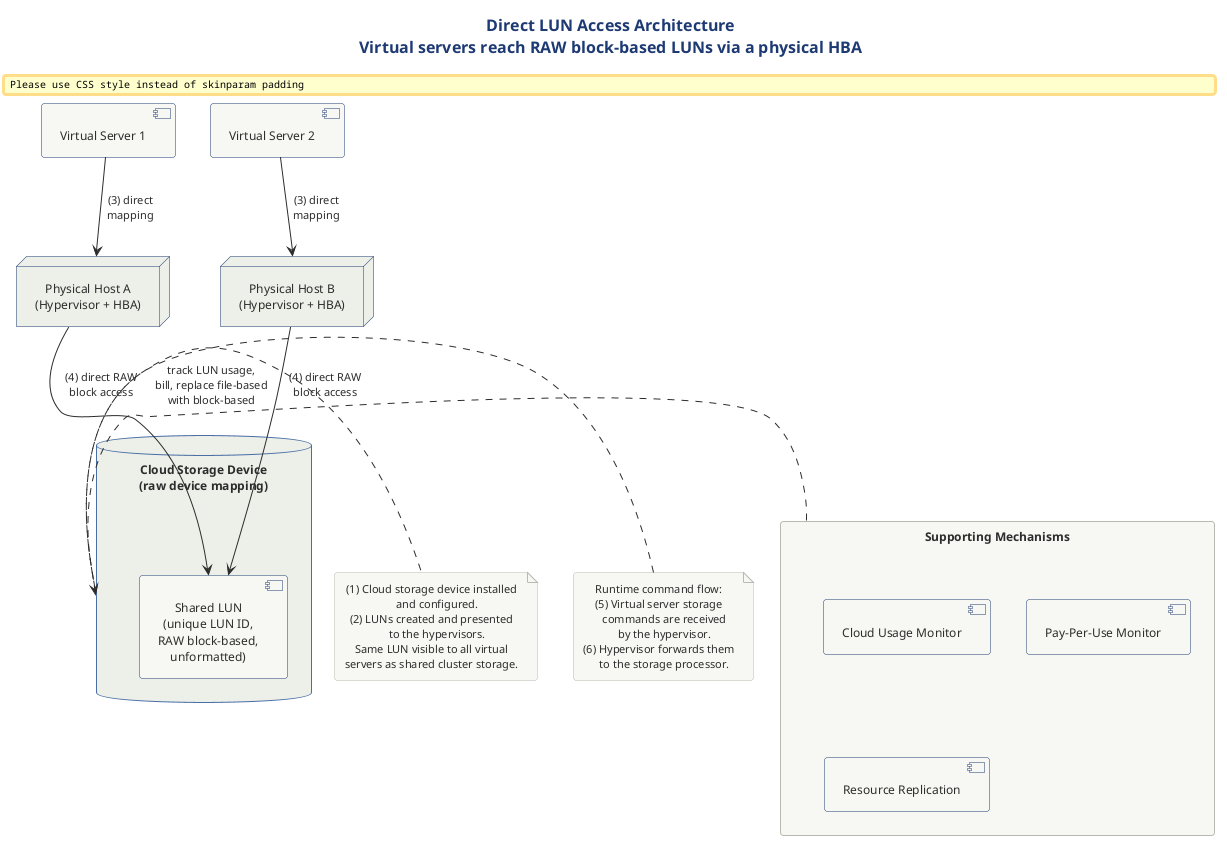
Above: src/architecture/cloud/architecture/cloud-architecture-diagram-library/specialized-cloud-architectures-puml/png/02-direct-lun-access.png in Notoriousjayy/latex-docs (PlantUML), before the change.
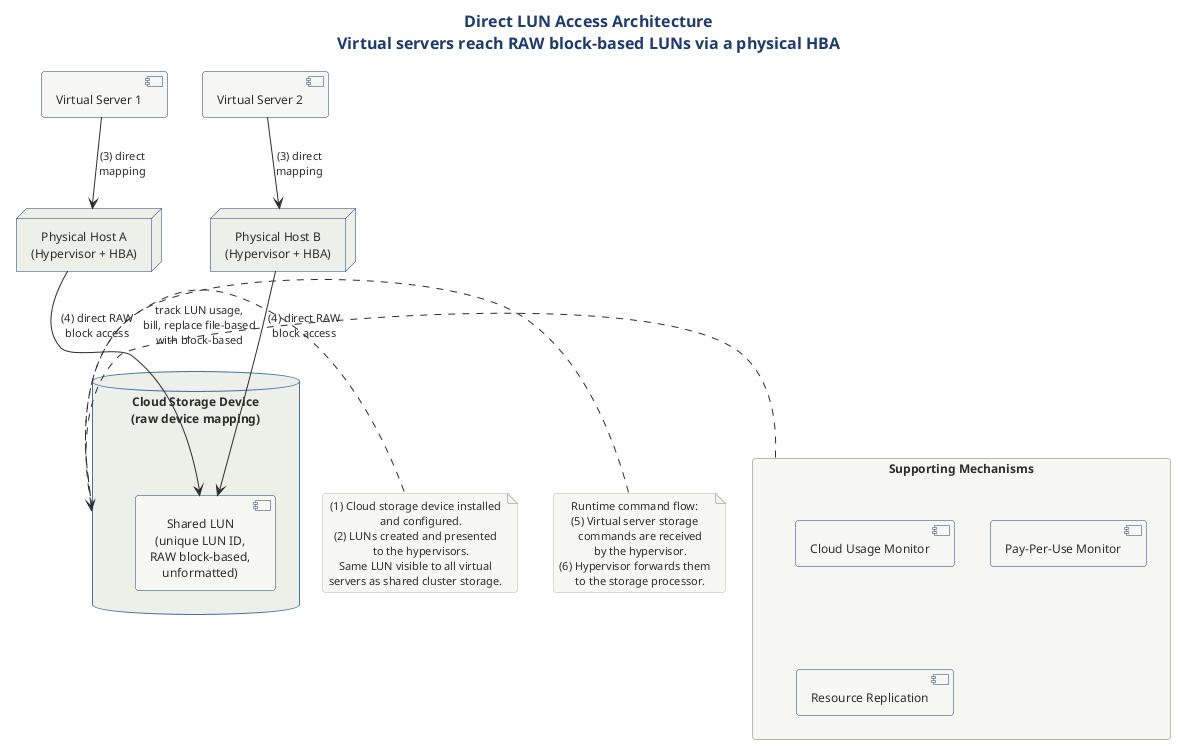
Above is the later version.

Diff of the diagram source:
```diff
@@ -1,4 +1,4 @@
-@startuml direct_lun_access
+@startuml
 !include ../../../../../../tooling/styles/plantuml/structural/deployment-diagram-style.iuml
 
 title Direct LUN Access Architecture\nVirtual servers reach RAW block-based LUNs via a physical HBA
```
